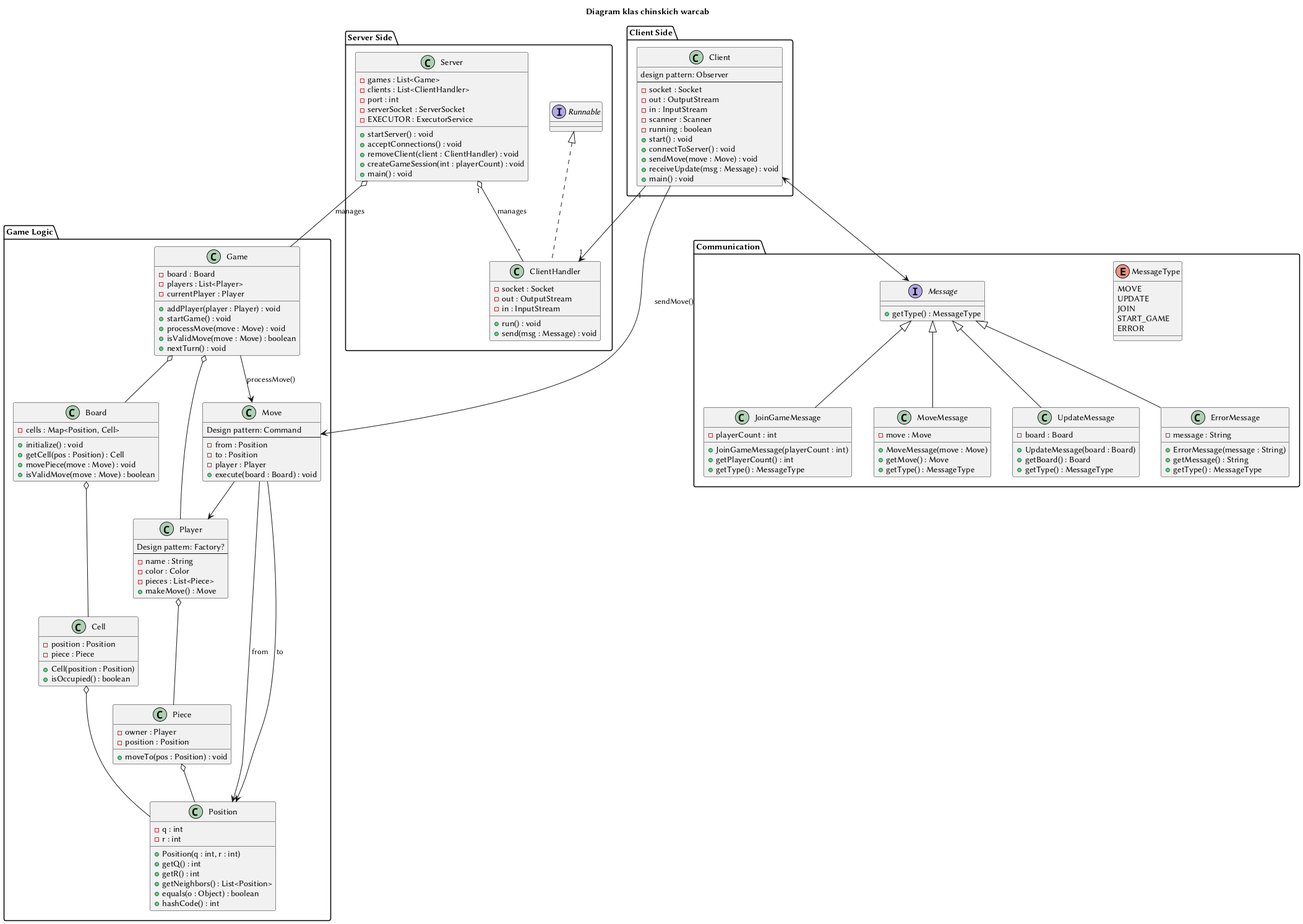
Earlier version of the PlantUML export diagrams/diagramKlas.png (niooch/chinskieWarcaby).
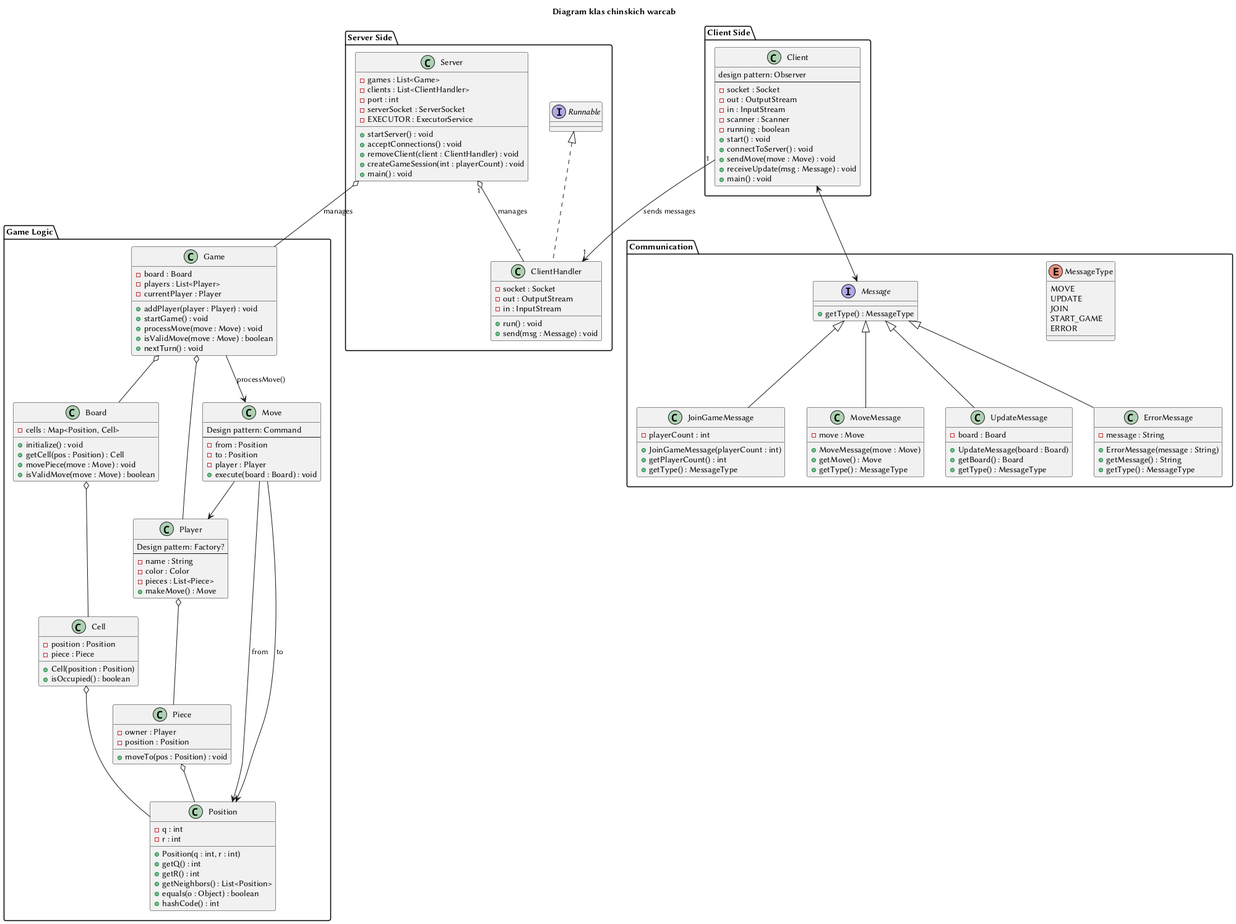
The same file after the commit.

Change to the diagram source:
```diff
@@ -147,7 +147,7 @@
 
 Server "1" o-- "*" ClientHandler : manages
 
-Client "1" --> "1" ClientHandler
+Client "1" --> "1" ClientHandler : sends messages
 
 Client <--> Message
 
@@ -162,7 +162,6 @@
 Move --> Position : to
 Move --> Player
 
-Client --> Move : sendMove()
 Game --> Move : processMove()
 
 Message <|-- JoinGameMessage
```
